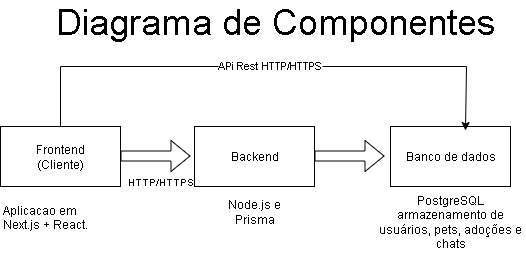
Athus27/adote-facil keeps this draw.io diagram as diagramas/Diagrama de Componentes.png. Above is the earlier version. Source tidied: cells renumbered, new cells last; positions are measured from the earlier drawing's top-left corner, leaving out a move shared by most shapes. Its diagram source:
```xml
<mxGraphModel>
  <root>
    <mxCell id="0" />
    <mxCell id="1" parent="0" />
    <mxCell id="2" value="Frontend&lt;div&gt;(Cliente)&lt;/div&gt;" style="rounded=0;whiteSpace=wrap;html=1;" parent="1" vertex="1">
      <mxGeometry y="120" width="120" height="60" as="geometry" />
    </mxCell>
    <mxCell id="3" style="shape=flexArrow;endArrow=classic;html=1;rounded=0;" parent="1" edge="1">
      <mxGeometry relative="1" as="geometry">
        <mxPoint x="120" y="149.5" as="sourcePoint" />
        <mxPoint x="190" y="149.5" as="targetPoint" />
      </mxGeometry>
    </mxCell>
    <mxCell id="4" value="Backend" style="rounded=0;whiteSpace=wrap;html=1;" parent="1" vertex="1">
      <mxGeometry x="194" y="120" width="120" height="60" as="geometry" />
    </mxCell>
    <mxCell id="5" style="shape=flexArrow;endArrow=classic;html=1;rounded=0;" parent="1" edge="1">
      <mxGeometry relative="1" as="geometry">
        <mxPoint x="314" y="149.5" as="sourcePoint" />
        <mxPoint x="384" y="149.5" as="targetPoint" />
      </mxGeometry>
    </mxCell>
    <mxCell id="6" value="Banco de dados" style="rounded=0;whiteSpace=wrap;html=1;" parent="1" vertex="1">
      <mxGeometry x="390" y="120" width="120" height="60" as="geometry" />
    </mxCell>
    <mxCell id="7" value="Aplicacao em Next.js + React." style="text;html=1;whiteSpace=wrap;overflow=hidden;rounded=0;" parent="1" vertex="1">
      <mxGeometry y="190" width="110" height="70" as="geometry" />
    </mxCell>
    <mxCell id="8" value="&lt;font style=&quot;font-size: 10px;&quot;&gt;HTTP/HTTPS&lt;/font&gt;" style="text;html=1;align=center;verticalAlign=middle;whiteSpace=wrap;rounded=0;" parent="1" vertex="1">
      <mxGeometry x="130" y="160" width="60" height="30" as="geometry" />
    </mxCell>
    <mxCell id="9" value="Node.js e Prisma" style="text;html=1;align=center;verticalAlign=middle;whiteSpace=wrap;rounded=0;" parent="1" vertex="1">
      <mxGeometry x="224" y="190" width="60" height="30" as="geometry" />
    </mxCell>
    <mxCell id="10" value="PostgreSQL armazenamento de usuários, pets, adoções e chats" style="text;html=1;align=center;verticalAlign=middle;whiteSpace=wrap;rounded=0;" parent="1" vertex="1">
      <mxGeometry x="375" y="200" width="150" height="30" as="geometry" />
    </mxCell>
    <mxCell id="11" value="&lt;font style=&quot;font-size: 36px;&quot;&gt;Diagrama de Componentes&lt;/font&gt;" style="text;html=1;align=center;verticalAlign=middle;whiteSpace=wrap;rounded=0;" parent="1" vertex="1">
      <mxGeometry x="25" width="500" height="30" as="geometry" />
    </mxCell>
    <mxCell id="12" style="edgeStyle=orthogonalEdgeStyle;rounded=0;jettySize=auto;html=1;exitX=0.5;exitY=0;exitDx=0;exitDy=0;entryX=0.625;entryY=0.067;entryDx=0;entryDy=0;entryPerimeter=0;" parent="1" edge="1" source="2" target="6">
      <mxGeometry relative="1" as="geometry">
        <Array as="points">
          <mxPoint x="60" y="60" />
          <mxPoint x="466" y="60" />
        </Array>
      </mxGeometry>
    </mxCell>
    <mxCell id="13" value="APi Rest HTTP/HTTPS" style="edgeLabel;html=1;align=center;verticalAlign=middle;" parent="12" vertex="1">
      <mxGeometry x="0.01" y="2" relative="1" as="geometry" />
    </mxCell>
  </root>
</mxGraphModel>
```
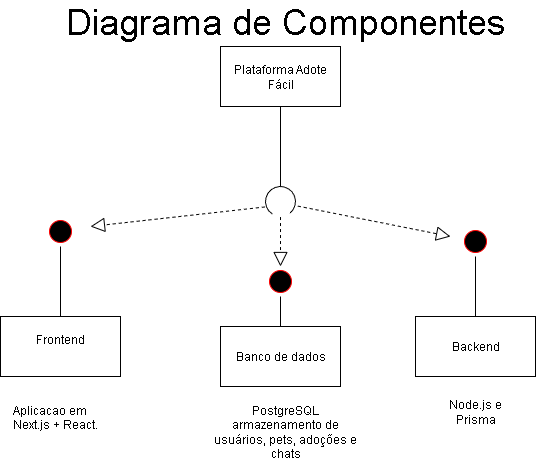
The same file after the commit.

Commit message:
alteracoes diagrama de componentes

What changed in the source:
```diff
@@ -2,52 +2,72 @@
   <root>
     <mxCell id="0" />
     <mxCell id="1" parent="0" />
-    <mxCell id="2" value="Frontend&lt;div&gt;(Cliente)&lt;/div&gt;" style="rounded=0;whiteSpace=wrap;html=1;" parent="1" vertex="1">
-      <mxGeometry y="120" width="120" height="60" as="geometry" />
+    <mxCell id="2" value="Frontend&lt;div&gt;&lt;br&gt;&lt;/div&gt;" style="rounded=0;whiteSpace=wrap;html=1;" parent="1" vertex="1">
+      <mxGeometry x="-10" y="310" width="120" height="60" as="geometry" />
     </mxCell>
-    <mxCell id="3" style="shape=flexArrow;endArrow=classic;html=1;rounded=0;" parent="1" edge="1">
-      <mxGeometry relative="1" as="geometry">
-        <mxPoint x="120" y="149.5" as="sourcePoint" />
-        <mxPoint x="190" y="149.5" as="targetPoint" />
-      </mxGeometry>
-    </mxCell>
     <mxCell id="4" value="Backend" style="rounded=0;whiteSpace=wrap;html=1;" parent="1" vertex="1">
-      <mxGeometry x="194" y="120" width="120" height="60" as="geometry" />
+      <mxGeometry x="405" y="310" width="120" height="60" as="geometry" />
     </mxCell>
-    <mxCell id="5" style="shape=flexArrow;endArrow=classic;html=1;rounded=0;" parent="1" edge="1">
-      <mxGeometry relative="1" as="geometry">
-        <mxPoint x="314" y="149.5" as="sourcePoint" />
-        <mxPoint x="384" y="149.5" as="targetPoint" />
-      </mxGeometry>
-    </mxCell>
-    <mxCell id="6" value="Banco de dados" style="rounded=0;whiteSpace=wrap;html=1;" parent="1" vertex="1">
-      <mxGeometry x="390" y="120" width="120" height="60" as="geometry" />
-    </mxCell>
     <mxCell id="7" value="Aplicacao em Next.js + React." style="text;html=1;whiteSpace=wrap;overflow=hidden;rounded=0;" parent="1" vertex="1">
-      <mxGeometry y="190" width="110" height="70" as="geometry" />
+      <mxGeometry y="390" width="110" height="70" as="geometry" />
     </mxCell>
-    <mxCell id="8" value="&lt;font style=&quot;font-size: 10px;&quot;&gt;HTTP/HTTPS&lt;/font&gt;" style="text;html=1;align=center;verticalAlign=middle;whiteSpace=wrap;rounded=0;" parent="1" vertex="1">
-      <mxGeometry x="130" y="160" width="60" height="30" as="geometry" />
-    </mxCell>
     <mxCell id="9" value="Node.js e Prisma" style="text;html=1;align=center;verticalAlign=middle;whiteSpace=wrap;rounded=0;" parent="1" vertex="1">
-      <mxGeometry x="224" y="190" width="60" height="30" as="geometry" />
+      <mxGeometry x="435" y="390" width="60" height="30" as="geometry" />
     </mxCell>
     <mxCell id="10" value="PostgreSQL armazenamento de usuários, pets, adoções e chats" style="text;html=1;align=center;verticalAlign=middle;whiteSpace=wrap;rounded=0;" parent="1" vertex="1">
-      <mxGeometry x="375" y="200" width="150" height="30" as="geometry" />
+      <mxGeometry x="200" y="410" width="150" height="30" as="geometry" />
     </mxCell>
     <mxCell id="11" value="&lt;font style=&quot;font-size: 36px;&quot;&gt;Diagrama de Componentes&lt;/font&gt;" style="text;html=1;align=center;verticalAlign=middle;whiteSpace=wrap;rounded=0;" parent="1" vertex="1">
       <mxGeometry x="25" width="500" height="30" as="geometry" />
     </mxCell>
-    <mxCell id="12" style="edgeStyle=orthogonalEdgeStyle;rounded=0;jettySize=auto;html=1;exitX=0.5;exitY=0;exitDx=0;exitDy=0;entryX=0.625;entryY=0.067;entryDx=0;entryDy=0;entryPerimeter=0;" parent="1" edge="1" source="2" target="6">
-      <mxGeometry relative="1" as="geometry">
-        <Array as="points">
-          <mxPoint x="60" y="60" />
-          <mxPoint x="466" y="60" />
-        </Array>
-      </mxGeometry>
-    </mxCell>
-    <mxCell id="13" value="APi Rest HTTP/HTTPS" style="edgeLabel;html=1;align=center;verticalAlign=middle;" parent="12" vertex="1">
-      <mxGeometry x="0.01" y="2" relative="1" as="geometry" />
-    </mxCell>
+    <mxCell id="14" value="Plataforma Adote Fácil" style="rounded=0;whiteSpace=wrap;html=1;" parent="1" vertex="1">
+      <mxGeometry x="210" y="40" width="120" height="60" as="geometry" />
+    </mxCell>
+    <mxCell id="15" style="endArrow=none;html=1;rounded=0;entryX=0.5;entryY=1;entryDx=0;entryDy=0;" parent="1" edge="1" target="14">
+      <mxGeometry relative="1" as="geometry">
+        <mxPoint x="270" y="180" as="sourcePoint" />
+      </mxGeometry>
+    </mxCell>
+    <mxCell id="16" style="verticalLabelPosition=bottom;verticalAlign=top;html=1;shape=mxgraph.basic.arc;startAngle=0.3;endAngle=0.1;rotation=105;" parent="1" vertex="1">
+      <mxGeometry x="255" y="180" width="30" height="30" as="geometry" />
+    </mxCell>
+    <mxCell id="17" style="endArrow=block;dashed=1;endFill=0;endSize=12;html=1;rounded=0;exitX=0.499;exitY=-0.098;exitDx=0;exitDy=0;exitPerimeter=0;" parent="1" edge="1" source="16">
+      <mxGeometry relative="1" as="geometry">
+        <mxPoint x="440" y="230" as="targetPoint" />
+      </mxGeometry>
+    </mxCell>
+    <mxCell id="18" style="endArrow=block;dashed=1;endFill=0;endSize=12;html=1;rounded=0;exitX=0.812;exitY=0.958;exitDx=0;exitDy=0;exitPerimeter=0;" parent="1" edge="1" source="16">
+      <mxGeometry relative="1" as="geometry">
+        <mxPoint x="80" y="220" as="targetPoint" />
+      </mxGeometry>
+    </mxCell>
+    <mxCell id="19" style="ellipse;html=1;shape=startState;fillColor=#000000;strokeColor=#ff0000;" parent="1" vertex="1">
+      <mxGeometry x="450" y="220" width="30" height="30" as="geometry" />
+    </mxCell>
+    <mxCell id="20" style="endArrow=none;html=1;rounded=0;entryX=0.5;entryY=1;entryDx=0;entryDy=0;exitX=0.5;exitY=0;exitDx=0;exitDy=0;" parent="1" edge="1" source="4" target="19">
+      <mxGeometry relative="1" as="geometry" />
+    </mxCell>
+    <mxCell id="21" style="ellipse;html=1;shape=startState;fillColor=#000000;strokeColor=#ff0000;" parent="1" vertex="1">
+      <mxGeometry x="35" y="210" width="30" height="30" as="geometry" />
+    </mxCell>
+    <mxCell id="22" style="endArrow=none;html=1;rounded=0;exitX=0.5;exitY=0;exitDx=0;exitDy=0;" parent="1" edge="1" source="2">
+      <mxGeometry relative="1" as="geometry">
+        <mxPoint x="50" y="240" as="targetPoint" />
+      </mxGeometry>
+    </mxCell>
+    <mxCell id="6" value="Banco de dados" style="rounded=0;whiteSpace=wrap;html=1;" parent="1" vertex="1">
+      <mxGeometry x="210" y="320" width="120" height="60" as="geometry" />
+    </mxCell>
+    <mxCell id="23" style="endArrow=block;dashed=1;endFill=0;endSize=12;html=1;rounded=0;" parent="1" edge="1" source="16">
+      <mxGeometry relative="1" as="geometry">
+        <mxPoint x="270" y="260" as="targetPoint" />
+      </mxGeometry>
+    </mxCell>
+    <mxCell id="24" style="ellipse;html=1;shape=startState;fillColor=#000000;strokeColor=#ff0000;" parent="1" vertex="1">
+      <mxGeometry x="255" y="260" width="30" height="30" as="geometry" />
+    </mxCell>
+    <mxCell id="25" style="endArrow=none;html=1;rounded=0;entryX=0.5;entryY=1;entryDx=0;entryDy=0;exitX=0.5;exitY=0;exitDx=0;exitDy=0;" parent="1" edge="1" source="6" target="24">
+      <mxGeometry relative="1" as="geometry" />
+    </mxCell>
   </root>
 </mxGraphModel>
```
